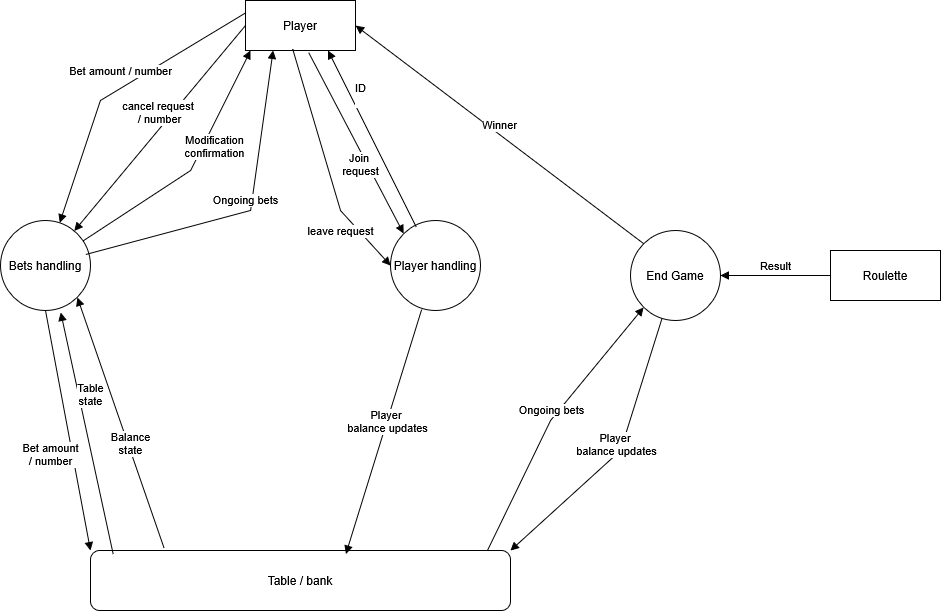
RobinSteiger/ASAD keeps this draw.io diagram as doc/diagram/DFD.drawio.png. Above is the earlier version. Source tidied: cells renumbered, new cells last; positions are measured from the earlier drawing's top-left corner, leaving out a move shared by most shapes.
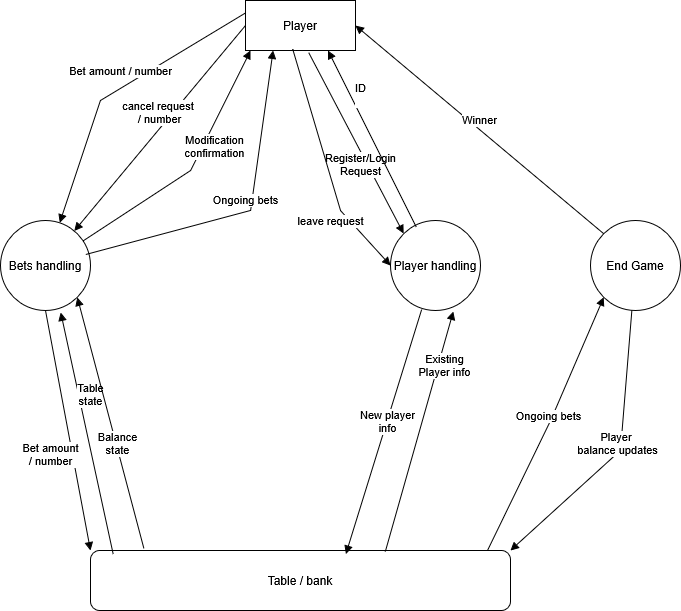
Later version of the same file.

Commit message:
updated DFDand usecase diagrams

The edit, as a diff of the source:
```diff
@@ -40,7 +40,7 @@
       </mxGeometry>
     </mxCell>
     <mxCell id="10" value="End Game" style="ellipse;whiteSpace=wrap;html=1;" parent="1" vertex="1">
-      <mxGeometry x="630" y="230" width="90" height="90" as="geometry" />
+      <mxGeometry x="590" y="220" width="90" height="90" as="geometry" />
     </mxCell>
     <mxCell id="11" value="&lt;div&gt;Bet amount&lt;/div&gt;&lt;div&gt;/ number&lt;/div&gt;" style="html=1;verticalAlign=bottom;endArrow=block;curved=0;rounded=0;exitX=0.5;exitY=1;exitDx=0;exitDy=0;entryX=0;entryY=0;entryDx=0;entryDy=0;" parent="1" edge="1" source="5" target="3">
       <mxGeometry x="0.3" y="-25" relative="1" as="geometry" />
@@ -48,7 +48,7 @@
     <mxCell id="12" value="&lt;div&gt;Table&lt;/div&gt;&lt;div&gt;state&lt;/div&gt;" style="html=1;verticalAlign=bottom;endArrow=block;curved=0;rounded=0;entryX=0.669;entryY=1.02;entryDx=0;entryDy=0;entryPerimeter=0;exitX=0.054;exitY=0.059;exitDx=0;exitDy=0;exitPerimeter=0;" parent="1" edge="1" source="3" target="5">
       <mxGeometry x="0.17" y="-8" relative="1" as="geometry" />
     </mxCell>
-    <mxCell id="13" value="&lt;div&gt;Join&amp;nbsp;&lt;/div&gt;&lt;div&gt;request&lt;/div&gt;" style="html=1;verticalAlign=bottom;endArrow=block;curved=0;rounded=0;entryX=0;entryY=0;entryDx=0;entryDy=0;exitX=0.575;exitY=1.044;exitDx=0;exitDy=0;exitPerimeter=0;" parent="1" edge="1" source="2" target="4">
+    <mxCell id="13" value="&lt;div&gt;Register/Login&lt;/div&gt;&lt;div&gt;Request&lt;/div&gt;" style="html=1;verticalAlign=bottom;endArrow=block;curved=0;rounded=0;entryX=0;entryY=0;entryDx=0;entryDy=0;exitX=0.575;exitY=1.044;exitDx=0;exitDy=0;exitPerimeter=0;" parent="1" edge="1" source="2" target="4">
       <mxGeometry x="0.34" y="-14" relative="1" as="geometry">
         <mxPoint x="1" as="offset" />
       </mxGeometry>
@@ -57,13 +57,13 @@
       <mxGeometry x="0.31" y="-2" relative="1" as="geometry" />
     </mxCell>
     <mxCell id="15" value="leave request" style="html=1;verticalAlign=bottom;endArrow=block;curved=0;rounded=0;entryX=0;entryY=0.5;entryDx=0;entryDy=0;exitX=0.429;exitY=0.973;exitDx=0;exitDy=0;exitPerimeter=0;" parent="1" edge="1" source="2" target="4">
-      <mxGeometry x="0.57" y="-20" relative="1" as="geometry">
+      <mxGeometry x="0.45" y="-21" relative="1" as="geometry">
         <Array as="points">
           <mxPoint x="340" y="210" />
         </Array>
       </mxGeometry>
     </mxCell>
-    <mxCell id="16" value="&lt;div&gt;Player&amp;nbsp;&lt;/div&gt;&lt;div&gt;balance updates&lt;/div&gt;" style="html=1;verticalAlign=bottom;endArrow=block;curved=0;rounded=0;entryX=0.608;entryY=0.059;entryDx=0;entryDy=0;exitX=0.346;exitY=0.99;exitDx=0;exitDy=0;exitPerimeter=0;entryPerimeter=0;" parent="1" edge="1" source="4" target="3">
+    <mxCell id="16" value="&lt;div&gt;New player&lt;/div&gt;&lt;div&gt;info&lt;/div&gt;" style="html=1;verticalAlign=bottom;endArrow=block;curved=0;rounded=0;entryX=0.608;entryY=0.059;entryDx=0;entryDy=0;exitX=0.346;exitY=0.99;exitDx=0;exitDy=0;exitPerimeter=0;entryPerimeter=0;" parent="1" edge="1" source="4" target="3">
       <mxGeometry x="0.03" y="5" relative="1" as="geometry" />
     </mxCell>
     <mxCell id="17" value="Ongoing bets" style="html=1;verticalAlign=bottom;endArrow=block;curved=0;rounded=0;exitX=0.946;exitY=0.378;exitDx=0;exitDy=0;exitPerimeter=0;entryX=0.25;entryY=1;entryDx=0;entryDy=0;" parent="1" edge="1" source="5" target="2">
@@ -73,9 +73,6 @@
         </Array>
       </mxGeometry>
     </mxCell>
-    <mxCell id="18" value="Roulette" style="html=1;whiteSpace=wrap;" parent="1" vertex="1">
-      <mxGeometry x="830" y="250" width="110" height="50" as="geometry" />
-    </mxCell>
     <mxCell id="19" value="Ongoing bets" style="html=1;verticalAlign=bottom;endArrow=block;curved=0;rounded=0;entryX=0;entryY=1;entryDx=0;entryDy=0;exitX=0.945;exitY=0;exitDx=0;exitDy=0;exitPerimeter=0;" parent="1" edge="1" source="3" target="10">
       <mxGeometry relative="1" as="geometry">
         <Array as="points">
@@ -83,14 +80,14 @@
         </Array>
       </mxGeometry>
     </mxCell>
-    <mxCell id="20" value="Result" style="html=1;verticalAlign=bottom;endArrow=block;curved=0;rounded=0;" parent="1" edge="1" source="18" target="10">
-      <mxGeometry relative="1" as="geometry" />
-    </mxCell>
     <mxCell id="21" value="Winner" style="html=1;verticalAlign=bottom;endArrow=block;curved=0;rounded=0;exitX=0;exitY=0;exitDx=0;exitDy=0;entryX=1;entryY=0.5;entryDx=0;entryDy=0;" parent="1" edge="1" source="10" target="2">
       <mxGeometry relative="1" as="geometry" />
     </mxCell>
-    <mxCell id="22" value="&lt;div&gt;Balance&lt;/div&gt;&lt;div&gt;state&lt;/div&gt;" style="html=1;verticalAlign=bottom;endArrow=block;curved=0;rounded=0;exitX=0.175;exitY=-0.044;exitDx=0;exitDy=0;entryX=1;entryY=1;entryDx=0;entryDy=0;exitPerimeter=0;" parent="1" edge="1" source="3" target="5">
+    <mxCell id="22" value="&lt;div&gt;Balance&lt;/div&gt;&lt;div&gt;state&lt;/div&gt;" style="html=1;verticalAlign=bottom;endArrow=block;curved=0;rounded=0;exitX=0.127;exitY=-0.037;exitDx=0;exitDy=0;entryX=1;entryY=1;entryDx=0;entryDy=0;exitPerimeter=0;" parent="1" edge="1" source="3" target="5">
       <mxGeometry x="-0.28" y="3" relative="1" as="geometry" />
     </mxCell>
+    <mxCell id="23" value="&lt;div&gt;Existing&lt;/div&gt;&lt;div&gt;Player&amp;nbsp;info&lt;/div&gt;" style="html=1;verticalAlign=bottom;endArrow=block;curved=0;rounded=0;entryX=0.698;entryY=1.011;entryDx=0;entryDy=0;exitX=0.702;exitY=0.017;exitDx=0;exitDy=0;entryPerimeter=0;exitPerimeter=0;" parent="1" edge="1" source="3" target="4">
+      <mxGeometry x="0.44" y="-11" relative="1" as="geometry" />
+    </mxCell>
   </root>
 </mxGraphModel>
```
